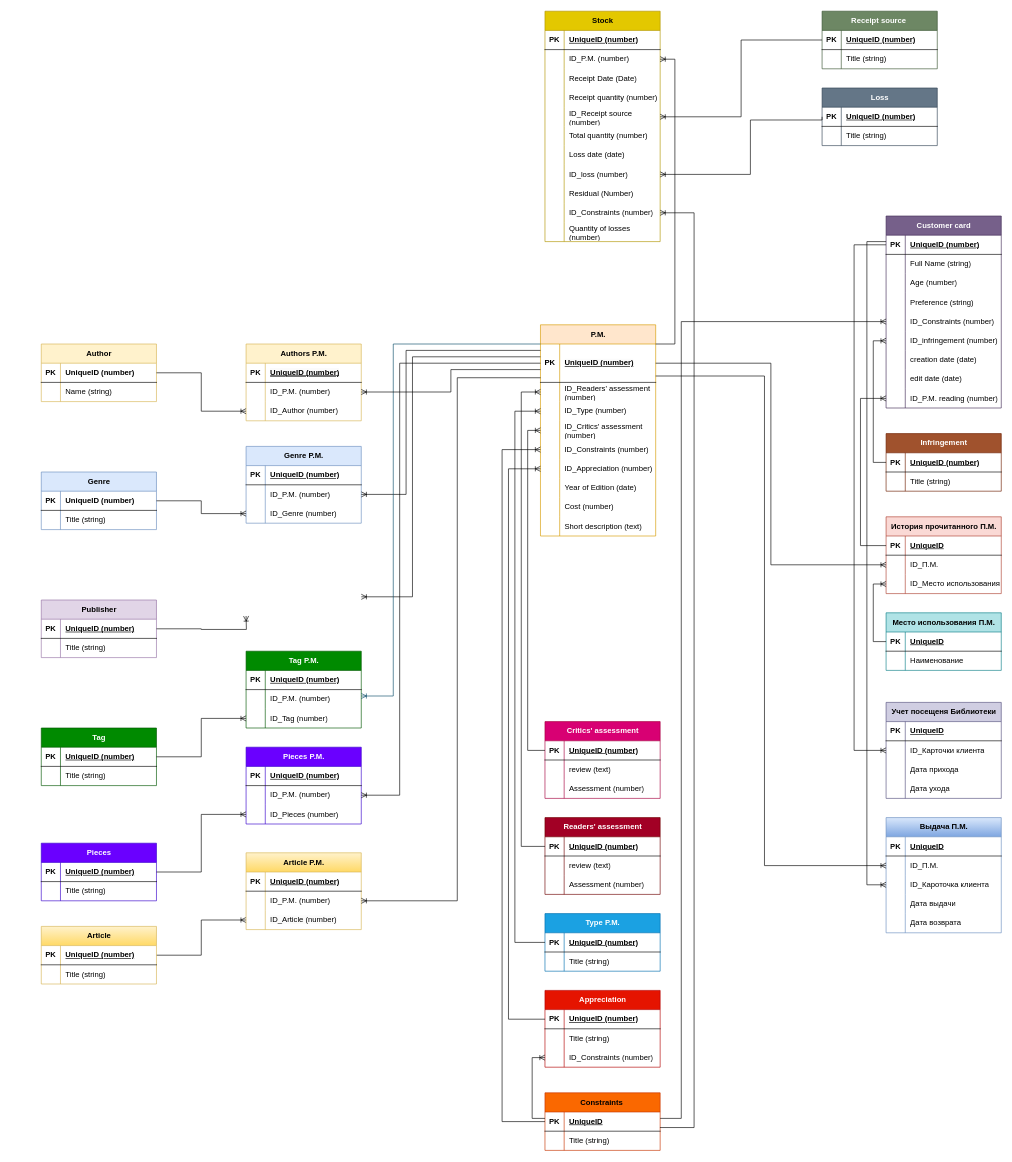
Above: page "Страница — 2" (2 of 2) of Диаграмма без названия.drawio in whoIsJhonGalt/repFirst (draw.io), before the change. Source tidied: cells renumbered, new cells numbered last; positions are measured from the earlier drawing's top-left corner, leaving out a move shared by most shapes. Both pictures are drawn from the tidied source at 64%, with x=0, y=0 at pixel (41, 11).
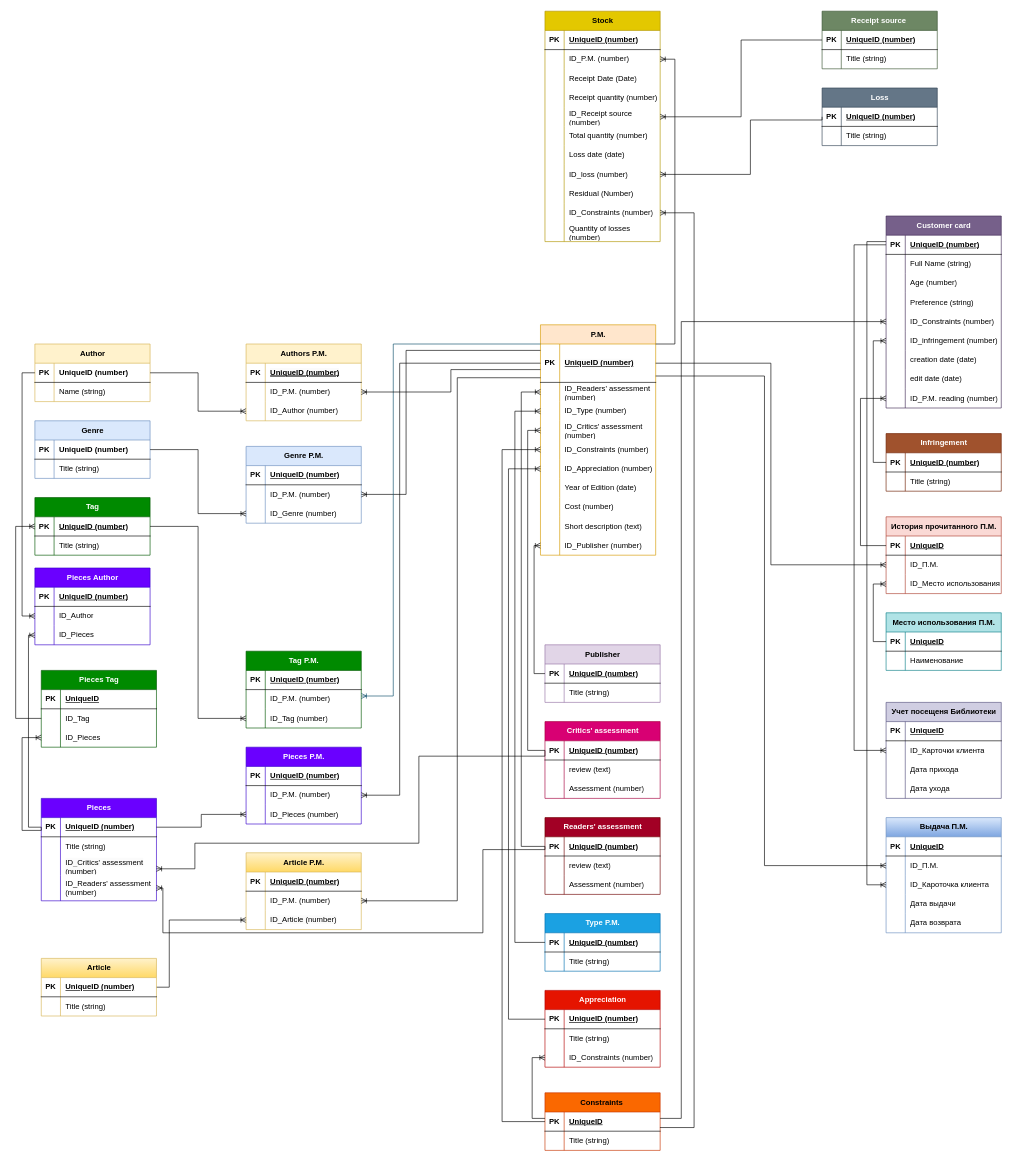
Above is the later version.

Unchanged cells that the change refers to:
```xml
<mxCell id="31" style="shape=tableRow;horizontal=0;startSize=0;swimlaneHead=0;swimlaneBody=0;fillColor=none;points=[[0,0.5],[1,0.5]];portConstraint=eastwest;top=0;left=0;right=0;bottom=1;" parent="30" vertex="1">
  <mxGeometry y="30" width="180" height="30" as="geometry" />
</mxCell>
<mxCell id="68" style="shape=tableRow;horizontal=0;startSize=0;swimlaneHead=0;swimlaneBody=0;fillColor=none;points=[[0,0.5],[1,0.5]];portConstraint=eastwest;top=0;left=0;right=0;bottom=1;" parent="67" vertex="1">
  <mxGeometry y="30" width="180" height="30" as="geometry" />
</mxCell>
<mxCell id="77" style="shape=tableRow;horizontal=0;startSize=0;swimlaneHead=0;swimlaneBody=0;fillColor=none;points=[[0,0.5],[1,0.5]];portConstraint=eastwest;top=0;left=0;right=0;bottom=1;" parent="76" vertex="1">
  <mxGeometry y="30" width="180" height="30" as="geometry" />
</mxCell>
<mxCell id="96" style="shape=tableRow;horizontal=0;startSize=0;swimlaneHead=0;swimlaneBody=0;fillColor=none;points=[[0,0.5],[1,0.5]];portConstraint=eastwest;top=0;left=0;right=0;bottom=1;" parent="95" vertex="1">
  <mxGeometry y="30" width="180" height="30" as="geometry" />
</mxCell>
<mxCell id="106" style="shape=tableRow;horizontal=0;startSize=0;swimlaneHead=0;swimlaneBody=0;fillColor=none;points=[[0,0.5],[1,0.5]];portConstraint=eastwest;top=0;left=0;right=0;bottom=1;" parent="105" vertex="1">
  <mxGeometry y="30" width="180" height="30" as="geometry" />
</mxCell>
<mxCell id="151" style="shape=tableRow;horizontal=0;startSize=0;swimlaneHead=0;swimlaneBody=0;fillColor=none;points=[[0,0.5],[1,0.5]];portConstraint=eastwest;top=0;left=0;right=0;bottom=1;" parent="150" vertex="1">
  <mxGeometry y="30" width="180" height="30" as="geometry" />
</mxCell>
<mxCell id="320" style="shape=tableRow;horizontal=0;startSize=0;swimlaneHead=0;swimlaneBody=0;fillColor=none;points=[[0,0.5],[1,0.5]];portConstraint=eastwest;top=0;left=0;right=0;bottom=0;" parent="313" vertex="1">
  <mxGeometry y="90" width="180" height="30" as="geometry" />
</mxCell>
```

The edit, as a diff of the source:
```diff
@@
     <mxCell id="2" value="P.M." style="shape=table;startSize=30;childLayout=tableLayout;rowLines=0;fontStyle=1;align=center;html=1;fillColor=#ffe6cc;strokeColor=#d79b00;" parent="1" vertex="1">
-      <mxGeometry x="780" y="490" width="180" height="330" as="geometry" />
+      <mxGeometry x="780" y="490" width="180" height="360" as="geometry" />
     </mxCell>
@@
+    <mxCell id="325" style="shape=tableRow;horizontal=0;startSize=0;swimlaneHead=0;swimlaneBody=0;fillColor=none;points=[[0,0.5],[1,0.5]];portConstraint=eastwest;top=0;left=0;right=0;bottom=0;" parent="2" vertex="1">
+      <mxGeometry y="330" width="180" height="30" as="geometry" />
+    </mxCell>
+    <mxCell id="326" style="shape=partialRectangle;fillColor=none;top=0;left=0;bottom=0;right=0;overflow=hidden;whiteSpace=wrap;html=1;" parent="325" vertex="1">
+      <mxGeometry width="30" height="30" as="geometry" />
+    </mxCell>
+    <mxCell id="327" value="ID_Publisher (number)" style="shape=partialRectangle;fillColor=none;top=0;left=0;bottom=0;right=0;align=left;spacingLeft=6;overflow=hidden;whiteSpace=wrap;html=1;" parent="325" vertex="1">
+      <mxGeometry x="30" width="150" height="30" as="geometry" />
+    </mxCell>
     <mxCell id="30" value="Author" style="shape=table;startSize=30;childLayout=tableLayout;rowLines=0;fontStyle=1;align=center;html=1;fillColor=#fff2cc;strokeColor=#d6b656;" parent="1" vertex="1">
-      <mxGeometry y="520" width="180" height="90" as="geometry" />
+      <mxGeometry x="-10" y="520" width="180" height="90" as="geometry" />
     </mxCell>
@@
     <mxCell id="48" value="Genre" style="shape=table;startSize=30;childLayout=tableLayout;rowLines=0;fontStyle=1;align=center;html=1;fillColor=#dae8fc;strokeColor=#6c8ebf;" parent="1" vertex="1">
-      <mxGeometry y="720" width="180" height="90" as="geometry" />
+      <mxGeometry x="-10" y="640" width="180" height="90" as="geometry" />
     </mxCell>
@@
     <mxCell id="67" value="Publisher" style="shape=table;startSize=30;childLayout=tableLayout;rowLines=0;fontStyle=1;align=center;html=1;fillColor=#e1d5e7;strokeColor=#9673a6;" parent="1" vertex="1">
-      <mxGeometry y="920" width="180" height="90" as="geometry" />
+      <mxGeometry x="787" y="990" width="180" height="90" as="geometry" />
     </mxCell>
@@
-    <mxCell id="74" style="edgeStyle=orthogonalEdgeStyle;rounded=0;jettySize=auto;html=1;entryX=0;entryY=0.5;entryDx=0;entryDy=0;endArrow=ERoneToMany;endFill=0;" parent="1" edge="1" source="68">
-      <mxGeometry relative="1" as="geometry">
-        <mxPoint x="320" y="945" as="targetPoint" />
-      </mxGeometry>
-    </mxCell>
-    <mxCell id="75" style="edgeStyle=orthogonalEdgeStyle;rounded=0;orthogonalLoop=1;jettySize=auto;html=1;endArrow=none;endFill=0;startArrow=ERoneToMany;startFill=0;" parent="1" edge="1">
-      <mxGeometry relative="1" as="geometry">
-        <mxPoint x="500" y="915" as="sourcePoint" />
-        <mxPoint x="780" y="540" as="targetPoint" />
-        <Array as="points">
-          <mxPoint x="580" y="915" />
-          <mxPoint x="580" y="540" />
-          <mxPoint x="780" y="540" />
-        </Array>
-      </mxGeometry>
-    </mxCell>
     <mxCell id="76" value="Tag" style="shape=table;startSize=30;childLayout=tableLayout;rowLines=0;fontStyle=1;align=center;html=1;fillColor=#008a00;fontColor=#ffffff;strokeColor=#005700;" parent="1" vertex="1">
-      <mxGeometry y="1120" width="180" height="90" as="geometry" />
+      <mxGeometry x="-10" y="760" width="180" height="90" as="geometry" />
     </mxCell>
@@
     <mxCell id="105" value="Pieces" style="shape=table;startSize=30;childLayout=tableLayout;rowLines=0;fontStyle=1;align=center;html=1;fillColor=#6a00ff;fontColor=#ffffff;strokeColor=#3700CC;" parent="1" vertex="1">
-      <mxGeometry y="1300" width="180" height="90" as="geometry" />
+      <mxGeometry y="1230" width="180" height="160" as="geometry" />
     </mxCell>
@@
+    <mxCell id="328" style="shape=tableRow;horizontal=0;startSize=0;swimlaneHead=0;swimlaneBody=0;fillColor=none;top=0;left=0;right=0;bottom=0;" parent="105" vertex="1">
+      <mxGeometry y="90" width="180" height="30" as="geometry" />
+    </mxCell>
+    <mxCell id="329" style="shape=partialRectangle;fillColor=none;top=0;left=0;bottom=0;right=0;overflow=hidden;whiteSpace=wrap;html=1;" parent="328" vertex="1">
+      <mxGeometry width="30" height="30" as="geometry" />
+    </mxCell>
+    <mxCell id="330" value="&lt;span style=&quot;caret-color: rgb(0, 0, 0); color: rgb(0, 0, 0); font-family: Helvetica; font-size: 12px; font-style: normal; font-variant-caps: normal; font-weight: 400; letter-spacing: normal; text-align: left; text-indent: 0px; text-transform: none; word-spacing: 0px; -webkit-text-stroke-width: 0px; background-color: rgb(251, 251, 251); text-decoration: none; float: none; display: inline !important;&quot;&gt;ID_Critics' assessment (number)&lt;/span&gt;" style="shape=partialRectangle;fillColor=none;top=0;left=0;bottom=0;right=0;align=left;spacingLeft=6;overflow=hidden;whiteSpace=wrap;html=1;" parent="328" vertex="1">
+      <mxGeometry x="30" width="150" height="30" as="geometry" />
+    </mxCell>
+    <mxCell id="331" style="shape=tableRow;horizontal=0;startSize=0;swimlaneHead=0;swimlaneBody=0;fillColor=none;points=[[0,0.5],[1,0.5]];portConstraint=eastwest;top=0;left=0;right=0;bottom=0;" parent="105" vertex="1">
+      <mxGeometry y="120" width="180" height="40" as="geometry" />
+    </mxCell>
+    <mxCell id="332" style="shape=partialRectangle;fillColor=none;top=0;left=0;bottom=0;right=0;overflow=hidden;whiteSpace=wrap;html=1;" parent="331" vertex="1">
+      <mxGeometry width="30" height="40" as="geometry" />
+    </mxCell>
+    <mxCell id="333" value="ID_Readers' assessment (number)" style="shape=partialRectangle;fillColor=none;top=0;left=0;bottom=0;right=0;align=left;spacingLeft=6;overflow=hidden;whiteSpace=wrap;html=1;" parent="331" vertex="1">
+      <mxGeometry x="30" width="150" height="40" as="geometry" />
+    </mxCell>
@@
     <mxCell id="305" style="edgeStyle=orthogonalEdgeStyle;rounded=0;jettySize=auto;html=1;endArrow=ERoneToMany;endFill=0;" parent="1" edge="1" source="306" target="320">
-      <mxGeometry relative="1" as="geometry" />
+      <mxGeometry relative="1" as="geometry">
+        <Array as="points">
+          <mxPoint x="200" y="1525" />
+          <mxPoint x="200" y="1420" />
+        </Array>
+      </mxGeometry>
     </mxCell>
     <mxCell id="306" value="Article" style="shape=table;startSize=30;childLayout=tableLayout;rowLines=0;fontStyle=1;align=center;html=1;fillColor=#fff2cc;gradientColor=#ffd966;strokeColor=#d6b656;" parent="1" vertex="1">
-      <mxGeometry y="1430" width="180" height="90" as="geometry" />
+      <mxGeometry y="1480" width="180" height="90" as="geometry" />
     </mxCell>
@@
+    <mxCell id="334" style="edgeStyle=orthogonalEdgeStyle;rounded=0;jettySize=auto;html=1;entryX=0;entryY=0.5;entryDx=0;entryDy=0;endArrow=ERoneToMany;endFill=0;" parent="1" edge="1" source="68" target="325">
+      <mxGeometry relative="1" as="geometry">
+        <Array as="points">
+          <mxPoint x="770" y="1035" />
+          <mxPoint x="770" y="835" />
+        </Array>
+      </mxGeometry>
+    </mxCell>
+    <mxCell id="335" style="edgeStyle=orthogonalEdgeStyle;rounded=0;jettySize=auto;html=1;entryX=0;entryY=0.5;entryDx=0;entryDy=0;endArrow=none;endFill=0;startArrow=ERoneToMany;startFill=0;" parent="1" edge="1" source="331" target="151">
+      <mxGeometry relative="1" as="geometry">
+        <Array as="points">
+          <mxPoint x="190" y="1370" />
+          <mxPoint x="190" y="1440" />
+          <mxPoint x="690" y="1440" />
+          <mxPoint x="690" y="1310" />
+          <mxPoint x="787" y="1310" />
+        </Array>
+      </mxGeometry>
+    </mxCell>
+    <mxCell id="336" style="edgeStyle=orthogonalEdgeStyle;rounded=0;jettySize=auto;html=1;entryX=0;entryY=0.5;entryDx=0;entryDy=0;endArrow=none;endFill=0;startArrow=ERoneToMany;startFill=0;" parent="1" edge="1" target="31">
+      <mxGeometry relative="1" as="geometry">
+        <Array as="points">
+          <mxPoint x="-20" y="1410" />
+          <mxPoint x="-20" y="565" />
+        </Array>
+      </mxGeometry>
+    </mxCell>
+    <mxCell id="337" style="edgeStyle=orthogonalEdgeStyle;rounded=0;jettySize=auto;html=1;entryX=0;entryY=0.5;entryDx=0;entryDy=0;startArrow=ERoneToMany;startFill=0;endArrow=none;endFill=0;" parent="1" edge="1" target="96">
+      <mxGeometry relative="1" as="geometry">
+        <mxPoint x="180" y="1340" as="sourcePoint" />
+        <Array as="points">
+          <mxPoint x="240" y="1340" />
+          <mxPoint x="240" y="1300" />
+          <mxPoint x="590" y="1300" />
+          <mxPoint x="590" y="1164" />
+          <mxPoint x="787" y="1164" />
+        </Array>
+      </mxGeometry>
+    </mxCell>
+    <mxCell id="338" value="Pieces Author" style="shape=table;startSize=30;childLayout=tableLayout;rowLines=0;fontStyle=1;align=center;html=1;fillColor=#6a00ff;fontColor=#ffffff;strokeColor=#3700CC;" parent="1" vertex="1">
+      <mxGeometry x="-10" y="870" width="180" height="120" as="geometry" />
+    </mxCell>
+    <mxCell id="339" style="shape=tableRow;horizontal=0;startSize=0;swimlaneHead=0;swimlaneBody=0;fillColor=none;top=0;left=0;right=0;bottom=1;" parent="338" vertex="1">
+      <mxGeometry y="30" width="180" height="30" as="geometry" />
+    </mxCell>
+    <mxCell id="340" value="PK" style="shape=partialRectangle;fillColor=none;top=0;left=0;bottom=0;right=0;fontStyle=1;overflow=hidden;whiteSpace=wrap;html=1;" parent="339" vertex="1">
+      <mxGeometry width="30" height="30" as="geometry" />
+    </mxCell>
+    <mxCell id="341" value="UniqueID (number)" style="shape=partialRectangle;fillColor=none;top=0;left=0;bottom=0;right=0;align=left;spacingLeft=6;fontStyle=5;overflow=hidden;whiteSpace=wrap;html=1;" parent="339" vertex="1">
+      <mxGeometry x="30" width="150" height="30" as="geometry" />
+    </mxCell>
+    <mxCell id="342" style="shape=tableRow;horizontal=0;startSize=0;swimlaneHead=0;swimlaneBody=0;fillColor=none;points=[[0,0.5],[1,0.5]];portConstraint=eastwest;top=0;left=0;right=0;bottom=0;" parent="338" vertex="1">
+      <mxGeometry y="60" width="180" height="30" as="geometry" />
+    </mxCell>
+    <mxCell id="343" style="shape=partialRectangle;fillColor=none;top=0;left=0;bottom=0;right=0;overflow=hidden;whiteSpace=wrap;html=1;" parent="342" vertex="1">
+      <mxGeometry width="30" height="30" as="geometry" />
+    </mxCell>
+    <mxCell id="344" value="ID_Author" style="shape=partialRectangle;fillColor=none;top=0;left=0;bottom=0;right=0;align=left;spacingLeft=6;overflow=hidden;whiteSpace=wrap;html=1;" parent="342" vertex="1">
+      <mxGeometry x="30" width="150" height="30" as="geometry" />
+    </mxCell>
+    <mxCell id="345" style="shape=tableRow;horizontal=0;startSize=0;swimlaneHead=0;swimlaneBody=0;fillColor=none;points=[[0,0.5],[1,0.5]];portConstraint=eastwest;top=0;left=0;right=0;bottom=0;" parent="338" vertex="1">
+      <mxGeometry y="90" width="180" height="30" as="geometry" />
+    </mxCell>
+    <mxCell id="346" style="shape=partialRectangle;fillColor=none;top=0;left=0;bottom=0;right=0;overflow=hidden;whiteSpace=wrap;html=1;" parent="345" vertex="1">
+      <mxGeometry width="30" height="30" as="geometry" />
+    </mxCell>
+    <mxCell id="347" value="ID_Pieces" style="shape=partialRectangle;fillColor=none;top=0;left=0;bottom=0;right=0;align=left;spacingLeft=6;overflow=hidden;whiteSpace=wrap;html=1;" parent="345" vertex="1">
+      <mxGeometry x="30" width="150" height="30" as="geometry" />
+    </mxCell>
+    <mxCell id="348" style="edgeStyle=orthogonalEdgeStyle;rounded=0;jettySize=auto;html=1;entryX=0;entryY=0.5;entryDx=0;entryDy=0;endArrow=none;endFill=0;startArrow=ERoneToMany;startFill=0;" parent="1" edge="1" source="342" target="31">
+      <mxGeometry relative="1" as="geometry" />
+    </mxCell>
+    <mxCell id="349" style="edgeStyle=orthogonalEdgeStyle;rounded=0;jettySize=auto;html=1;entryX=0;entryY=0.5;entryDx=0;entryDy=0;endArrow=none;endFill=0;startArrow=ERoneToMany;startFill=0;" parent="1" edge="1" source="345" target="106">
+      <mxGeometry relative="1" as="geometry">
+        <Array as="points">
+          <mxPoint x="-20" y="975" />
+          <mxPoint x="-20" y="1275" />
+        </Array>
+      </mxGeometry>
+    </mxCell>
+    <mxCell id="350" value="Pieces Tag" style="shape=table;startSize=30;childLayout=tableLayout;rowLines=0;fontStyle=1;align=center;html=1;fillColor=#008a00;fontColor=#ffffff;strokeColor=#005700;" parent="1" vertex="1">
+      <mxGeometry y="1030" width="180" height="120" as="geometry" />
+    </mxCell>
+    <mxCell id="351" style="shape=tableRow;horizontal=0;startSize=0;swimlaneHead=0;swimlaneBody=0;fillColor=none;top=0;left=0;right=0;bottom=1;" parent="350" vertex="1">
+      <mxGeometry y="30" width="180" height="30" as="geometry" />
+    </mxCell>
+    <mxCell id="352" value="PK" style="shape=partialRectangle;fillColor=none;top=0;left=0;bottom=0;right=0;fontStyle=1;overflow=hidden;whiteSpace=wrap;html=1;" parent="351" vertex="1">
+      <mxGeometry width="30" height="30" as="geometry" />
+    </mxCell>
+    <mxCell id="353" value="UniqueID" style="shape=partialRectangle;fillColor=none;top=0;left=0;bottom=0;right=0;align=left;spacingLeft=6;fontStyle=5;overflow=hidden;whiteSpace=wrap;html=1;" parent="351" vertex="1">
+      <mxGeometry x="30" width="150" height="30" as="geometry" />
+    </mxCell>
+    <mxCell id="354" style="shape=tableRow;horizontal=0;startSize=0;swimlaneHead=0;swimlaneBody=0;fillColor=none;points=[[0,0.5],[1,0.5]];portConstraint=eastwest;top=0;left=0;right=0;bottom=0;" parent="350" vertex="1">
+      <mxGeometry y="60" width="180" height="30" as="geometry" />
+    </mxCell>
+    <mxCell id="355" style="shape=partialRectangle;fillColor=none;top=0;left=0;bottom=0;right=0;overflow=hidden;whiteSpace=wrap;html=1;" parent="354" vertex="1">
+      <mxGeometry width="30" height="30" as="geometry" />
+    </mxCell>
+    <mxCell id="356" value="ID_Tag" style="shape=partialRectangle;fillColor=none;top=0;left=0;bottom=0;right=0;align=left;spacingLeft=6;overflow=hidden;whiteSpace=wrap;html=1;" parent="354" vertex="1">
+      <mxGeometry x="30" width="150" height="30" as="geometry" />
+    </mxCell>
+    <mxCell id="357" style="shape=tableRow;horizontal=0;startSize=0;swimlaneHead=0;swimlaneBody=0;fillColor=none;points=[[0,0.5],[1,0.5]];portConstraint=eastwest;top=0;left=0;right=0;bottom=0;" parent="350" vertex="1">
+      <mxGeometry y="90" width="180" height="30" as="geometry" />
+    </mxCell>
+    <mxCell id="358" style="shape=partialRectangle;fillColor=none;top=0;left=0;bottom=0;right=0;overflow=hidden;whiteSpace=wrap;html=1;" parent="357" vertex="1">
+      <mxGeometry width="30" height="30" as="geometry" />
+    </mxCell>
+    <mxCell id="359" value="ID_Pieces" style="shape=partialRectangle;fillColor=none;top=0;left=0;bottom=0;right=0;align=left;spacingLeft=6;overflow=hidden;whiteSpace=wrap;html=1;" parent="357" vertex="1">
+      <mxGeometry x="30" width="150" height="30" as="geometry" />
+    </mxCell>
+    <mxCell id="360" style="edgeStyle=orthogonalEdgeStyle;rounded=0;jettySize=auto;html=1;entryX=0;entryY=0.5;entryDx=0;entryDy=0;endArrow=ERoneToMany;endFill=0;" parent="1" edge="1" source="354" target="77">
+      <mxGeometry relative="1" as="geometry">
+        <Array as="points">
+          <mxPoint x="-40" y="1105" />
+          <mxPoint x="-40" y="805" />
+        </Array>
+      </mxGeometry>
+    </mxCell>
+    <mxCell id="361" style="edgeStyle=orthogonalEdgeStyle;rounded=0;jettySize=auto;html=1;entryX=0;entryY=0.5;entryDx=0;entryDy=0;endArrow=none;endFill=0;startArrow=ERoneToMany;startFill=0;" parent="1" edge="1" source="357" target="106">
+      <mxGeometry relative="1" as="geometry">
+        <Array as="points">
+          <mxPoint x="-30" y="1135" />
+          <mxPoint x="-30" y="1280" />
+          <mxPoint y="1280" />
+        </Array>
+      </mxGeometry>
+    </mxCell>
```
